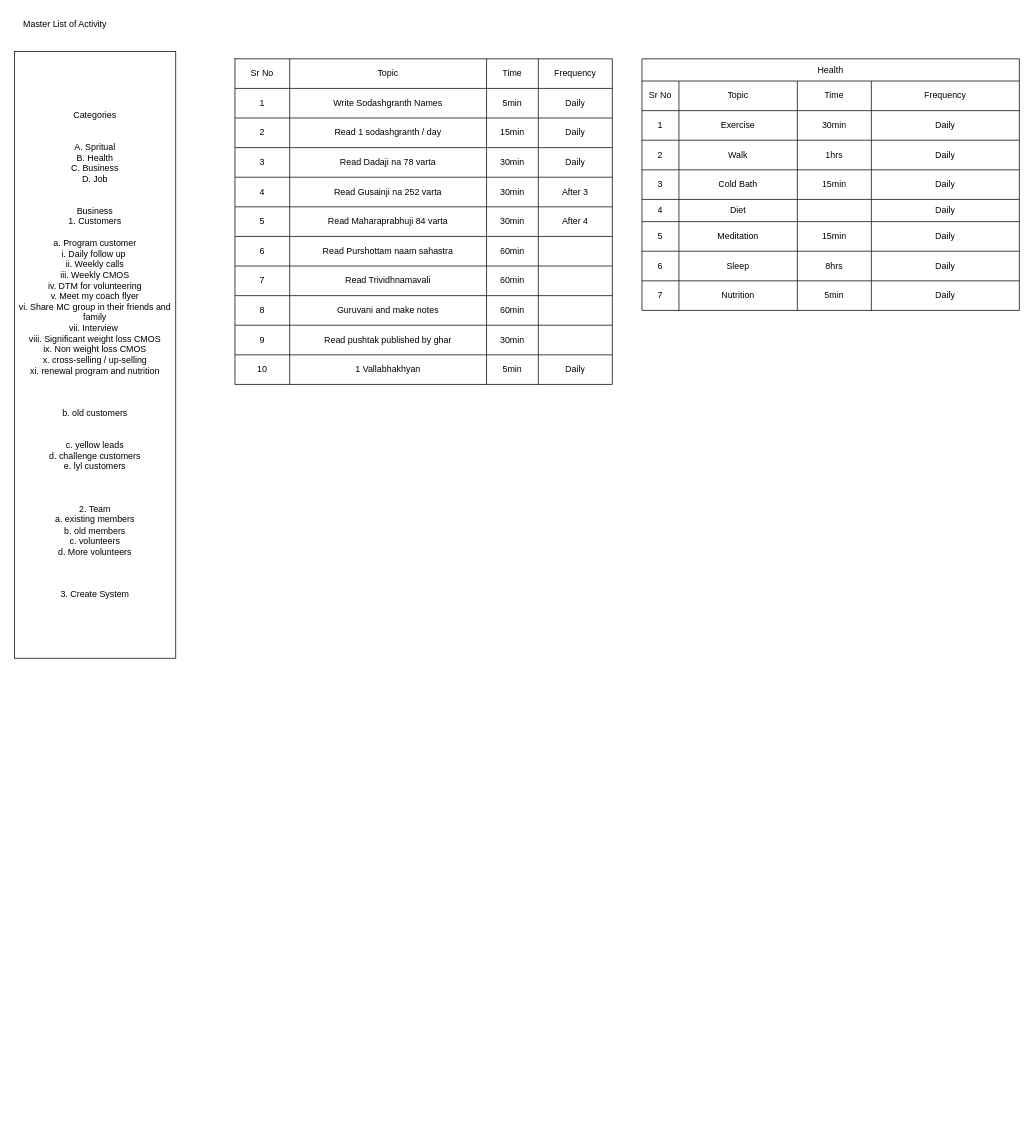
jjsg/bib keeps this draw.io diagram as ActivtiyTracker.drawio. Above is the earlier version. Source tidied: cells renumbered, new cells numbered last; positions are measured from the earlier drawing's top-left corner, leaving out a move shared by most shapes. Both pictures are drawn from the tidied source at 74%, with x=0, y=0 at pixel (13, 13).
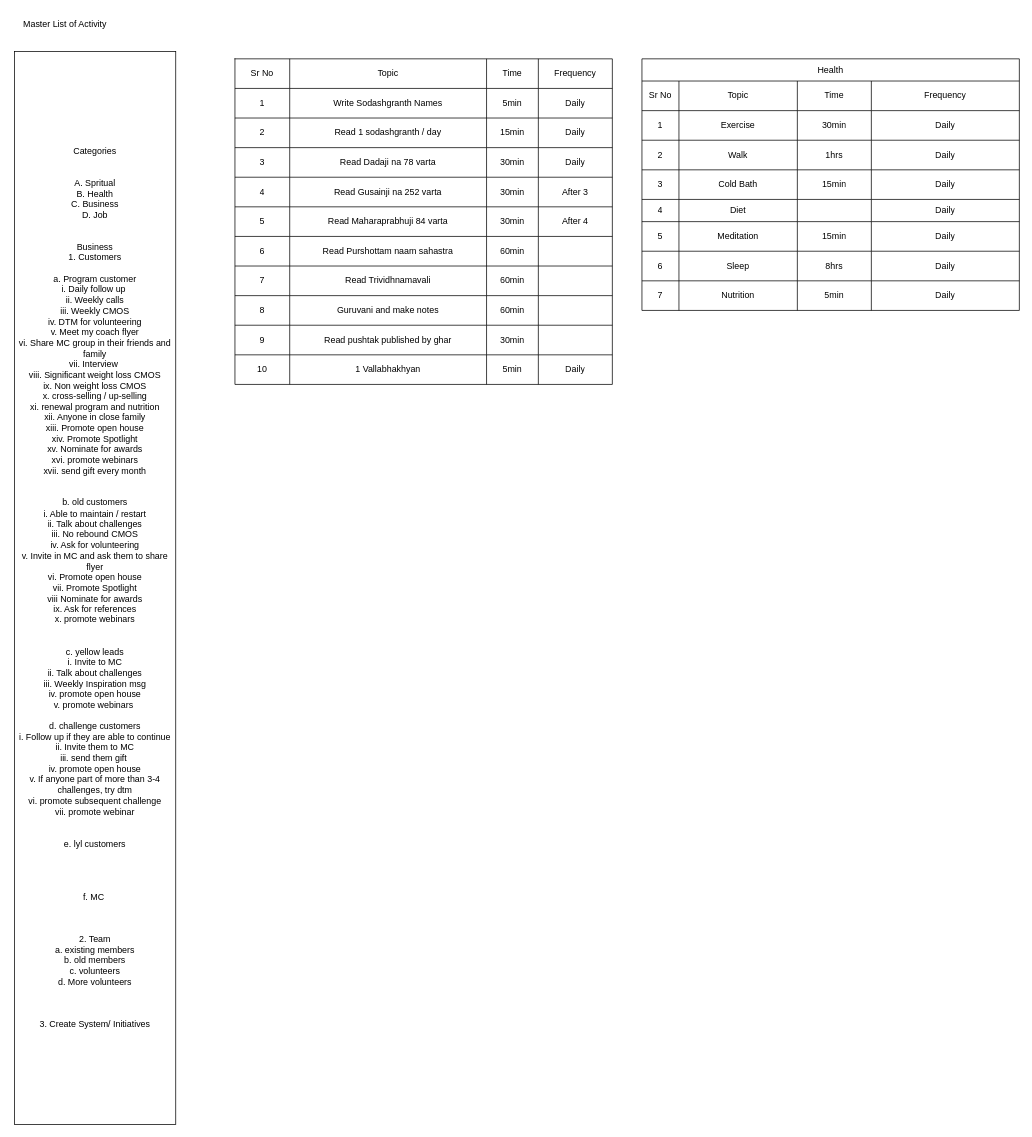
The same page after the edit.

The edit, as a diff of the source:
```diff
@@
-    <mxCell id="2" value="Categories&lt;div&gt;&lt;br&gt;&lt;/div&gt;&lt;div&gt;&lt;br&gt;&lt;/div&gt;&lt;div&gt;A. Spritual&lt;/div&gt;&lt;div&gt;B. Health&lt;/div&gt;&lt;div&gt;C. Business&lt;/div&gt;&lt;div&gt;D. Job&lt;/div&gt;&lt;div&gt;&lt;br&gt;&lt;/div&gt;&lt;div&gt;&lt;br&gt;&lt;/div&gt;&lt;div&gt;Business&lt;/div&gt;&lt;div&gt;1. Customers&lt;/div&gt;&lt;div&gt;&lt;br&gt;&lt;/div&gt;&lt;div&gt;a. Program customer&lt;/div&gt;&lt;div&gt;i. Daily follow up&amp;nbsp;&lt;/div&gt;&lt;div&gt;ii. Weekly calls&lt;/div&gt;&lt;div&gt;iii. Weekly CMOS&lt;/div&gt;&lt;div&gt;iv. DTM for volunteering&lt;/div&gt;&lt;div&gt;v. Meet my coach flyer&lt;/div&gt;&lt;div&gt;vi. Share MC group in their friends and family&lt;/div&gt;&lt;div&gt;vii. Interview&amp;nbsp;&lt;/div&gt;&lt;div&gt;viii. Significant weight loss CMOS&lt;/div&gt;&lt;div&gt;ix. Non weight loss CMOS&lt;/div&gt;&lt;div&gt;&lt;span style=&quot;background-color: initial;&quot;&gt;x. cross-selling / up-selling&lt;/span&gt;&lt;br&gt;&lt;/div&gt;&lt;div&gt;&lt;span style=&quot;background-color: initial;&quot;&gt;xi. renewal program and nutrition&lt;/span&gt;&lt;/div&gt;&lt;div&gt;&lt;span style=&quot;background-color: initial;&quot;&gt;&amp;nbsp;&lt;/span&gt;&lt;/div&gt;&lt;div&gt;&lt;br&gt;&lt;/div&gt;&lt;div&gt;&lt;br&gt;&lt;/div&gt;&lt;div&gt;b. old customers&lt;/div&gt;&lt;div&gt;&lt;br&gt;&lt;/div&gt;&lt;div&gt;&lt;br&gt;&lt;/div&gt;&lt;div&gt;c. yellow leads&lt;/div&gt;&lt;div&gt;d. challenge customers&lt;/div&gt;&lt;div&gt;e. lyl customers&lt;/div&gt;&lt;div&gt;&lt;br&gt;&lt;/div&gt;&lt;div&gt;&lt;br&gt;&lt;/div&gt;&lt;div&gt;&lt;br&gt;&lt;/div&gt;&lt;div&gt;2. Team&lt;/div&gt;&lt;div&gt;a. existing members&lt;/div&gt;&lt;div&gt;b. old members&lt;/div&gt;&lt;div&gt;c. volunteers&lt;/div&gt;&lt;div&gt;d. More volunteers&lt;/div&gt;&lt;div&gt;&lt;br&gt;&lt;/div&gt;&lt;div&gt;&lt;br&gt;&lt;/div&gt;&lt;div&gt;&lt;br&gt;&lt;/div&gt;&lt;div&gt;3. Create System&lt;/div&gt;" style="rounded=0;whiteSpace=wrap;html=1;" parent="1" vertex="1">
-      <mxGeometry x="2" y="52" width="218" height="820" as="geometry" />
+    <mxCell id="2" value="Categories&lt;div&gt;&lt;br&gt;&lt;/div&gt;&lt;div&gt;&lt;br&gt;&lt;/div&gt;&lt;div&gt;A. Spritual&lt;/div&gt;&lt;div&gt;B. Health&lt;/div&gt;&lt;div&gt;C. Business&lt;/div&gt;&lt;div&gt;D. Job&lt;/div&gt;&lt;div&gt;&lt;br&gt;&lt;/div&gt;&lt;div&gt;&lt;br&gt;&lt;/div&gt;&lt;div&gt;Business&lt;/div&gt;&lt;div&gt;1. Customers&lt;/div&gt;&lt;div&gt;&lt;br&gt;&lt;/div&gt;&lt;div&gt;a. Program customer&lt;/div&gt;&lt;div&gt;i. Daily follow up&amp;nbsp;&lt;/div&gt;&lt;div&gt;ii. Weekly calls&lt;/div&gt;&lt;div&gt;iii. Weekly CMOS&lt;/div&gt;&lt;div&gt;iv. DTM for volunteering&lt;/div&gt;&lt;div&gt;v. Meet my coach flyer&lt;/div&gt;&lt;div&gt;vi. Share MC group in their friends and family&lt;/div&gt;&lt;div&gt;vii. Interview&amp;nbsp;&lt;/div&gt;&lt;div&gt;viii. Significant weight loss CMOS&lt;/div&gt;&lt;div&gt;ix. Non weight loss CMOS&lt;/div&gt;&lt;div&gt;&lt;span style=&quot;background-color: initial;&quot;&gt;x. cross-selling / up-selling&lt;/span&gt;&lt;br&gt;&lt;/div&gt;&lt;div&gt;&lt;span style=&quot;background-color: initial;&quot;&gt;xi. renewal program and nutrition&lt;/span&gt;&lt;/div&gt;&lt;div&gt;&lt;span style=&quot;background-color: initial;&quot;&gt;&amp;nbsp;xii. Anyone in close family&amp;nbsp;&lt;/span&gt;&lt;/div&gt;&lt;div&gt;xiii. Promote open house&lt;br&gt;xiv. Promote Spotlight&lt;br&gt;xv. Nominate for awards&lt;/div&gt;&lt;div&gt;xvi. promote webinars&lt;br&gt;&lt;/div&gt;&lt;div&gt;xvii. send gift every month&lt;/div&gt;&lt;div&gt;&lt;br&gt;&lt;/div&gt;&lt;div&gt;&lt;br&gt;&lt;/div&gt;&lt;div&gt;b. old customers&lt;br&gt;i. Able to maintain / restart&lt;br&gt;ii. Talk about challenges&lt;br&gt;iii. No rebound CMOS&lt;br&gt;iv. Ask for volunteering&lt;br&gt;v. Invite in MC and ask them to share flyer&lt;br&gt;vi. Promote open house&lt;br&gt;vii. Promote Spotlight&lt;br&gt;viii Nominate for awards&lt;br&gt;ix. Ask for references&lt;/div&gt;&lt;div&gt;x. promote webinars&lt;br&gt;&lt;/div&gt;&lt;div&gt;&lt;br&gt;&lt;/div&gt;&lt;div&gt;&lt;br&gt;&lt;/div&gt;&lt;div&gt;c. yellow leads&lt;br&gt;i. Invite to MC&lt;br&gt;ii. Talk about challenges&lt;br&gt;iii. Weekly Inspiration msg&lt;br&gt;iv. promote open house&lt;/div&gt;&lt;div&gt;v. promote webinars&amp;nbsp;&lt;br&gt;&lt;br&gt;&lt;/div&gt;&lt;div&gt;d. challenge customers&lt;/div&gt;&lt;div&gt;i. Follow up if they are able to continue&lt;/div&gt;&lt;div&gt;ii. Invite them to MC&lt;/div&gt;&lt;div&gt;iii. send them gift&amp;nbsp;&lt;/div&gt;&lt;div&gt;iv. promote open house&lt;/div&gt;&lt;div&gt;v. If anyone part of more than 3-4 challenges, try dtm&lt;/div&gt;&lt;div&gt;vi. promote subsequent challenge&lt;/div&gt;&lt;div&gt;vii. promote webinar&lt;/div&gt;&lt;div&gt;&lt;br&gt;&lt;/div&gt;&lt;div&gt;&lt;br&gt;&lt;/div&gt;&lt;div&gt;e. lyl customers&lt;br&gt;&lt;br&gt;&lt;br&gt;&lt;br&gt;&lt;br&gt;&lt;/div&gt;&lt;div&gt;f. MC&amp;nbsp;&lt;/div&gt;&lt;div&gt;&lt;br&gt;&lt;/div&gt;&lt;div&gt;&lt;br&gt;&lt;/div&gt;&lt;div&gt;&lt;br&gt;&lt;/div&gt;&lt;div&gt;2. Team&lt;/div&gt;&lt;div&gt;a. existing members&lt;/div&gt;&lt;div&gt;b. old members&lt;/div&gt;&lt;div&gt;c. volunteers&lt;/div&gt;&lt;div&gt;d. More volunteers&lt;/div&gt;&lt;div&gt;&lt;br&gt;&lt;/div&gt;&lt;div&gt;&lt;br&gt;&lt;/div&gt;&lt;div&gt;&lt;br&gt;&lt;/div&gt;&lt;div&gt;3. Create System/ Initiatives&lt;/div&gt;" style="rounded=0;whiteSpace=wrap;html=1;" parent="1" vertex="1">
+      <mxGeometry x="2" y="52" width="218" height="1450" as="geometry" />
     </mxCell>
```
